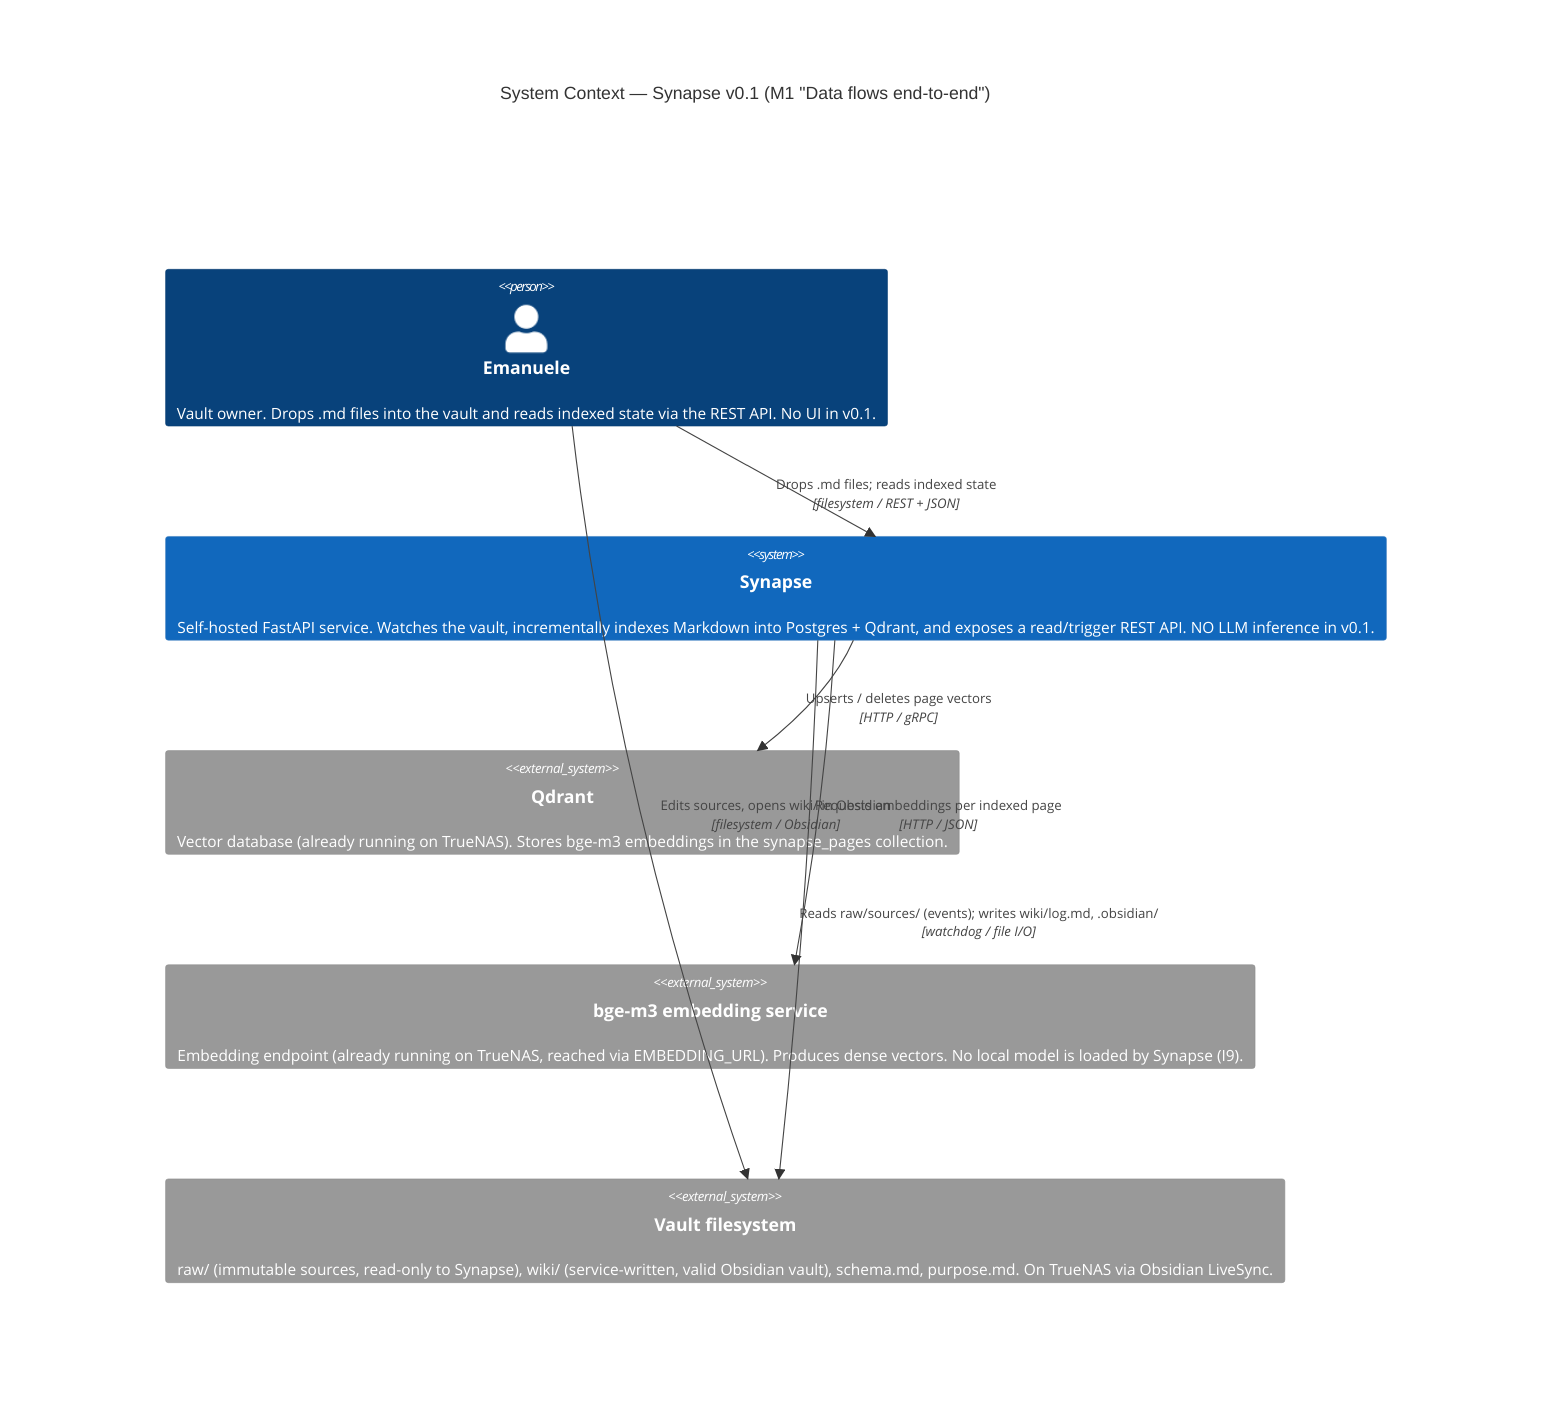
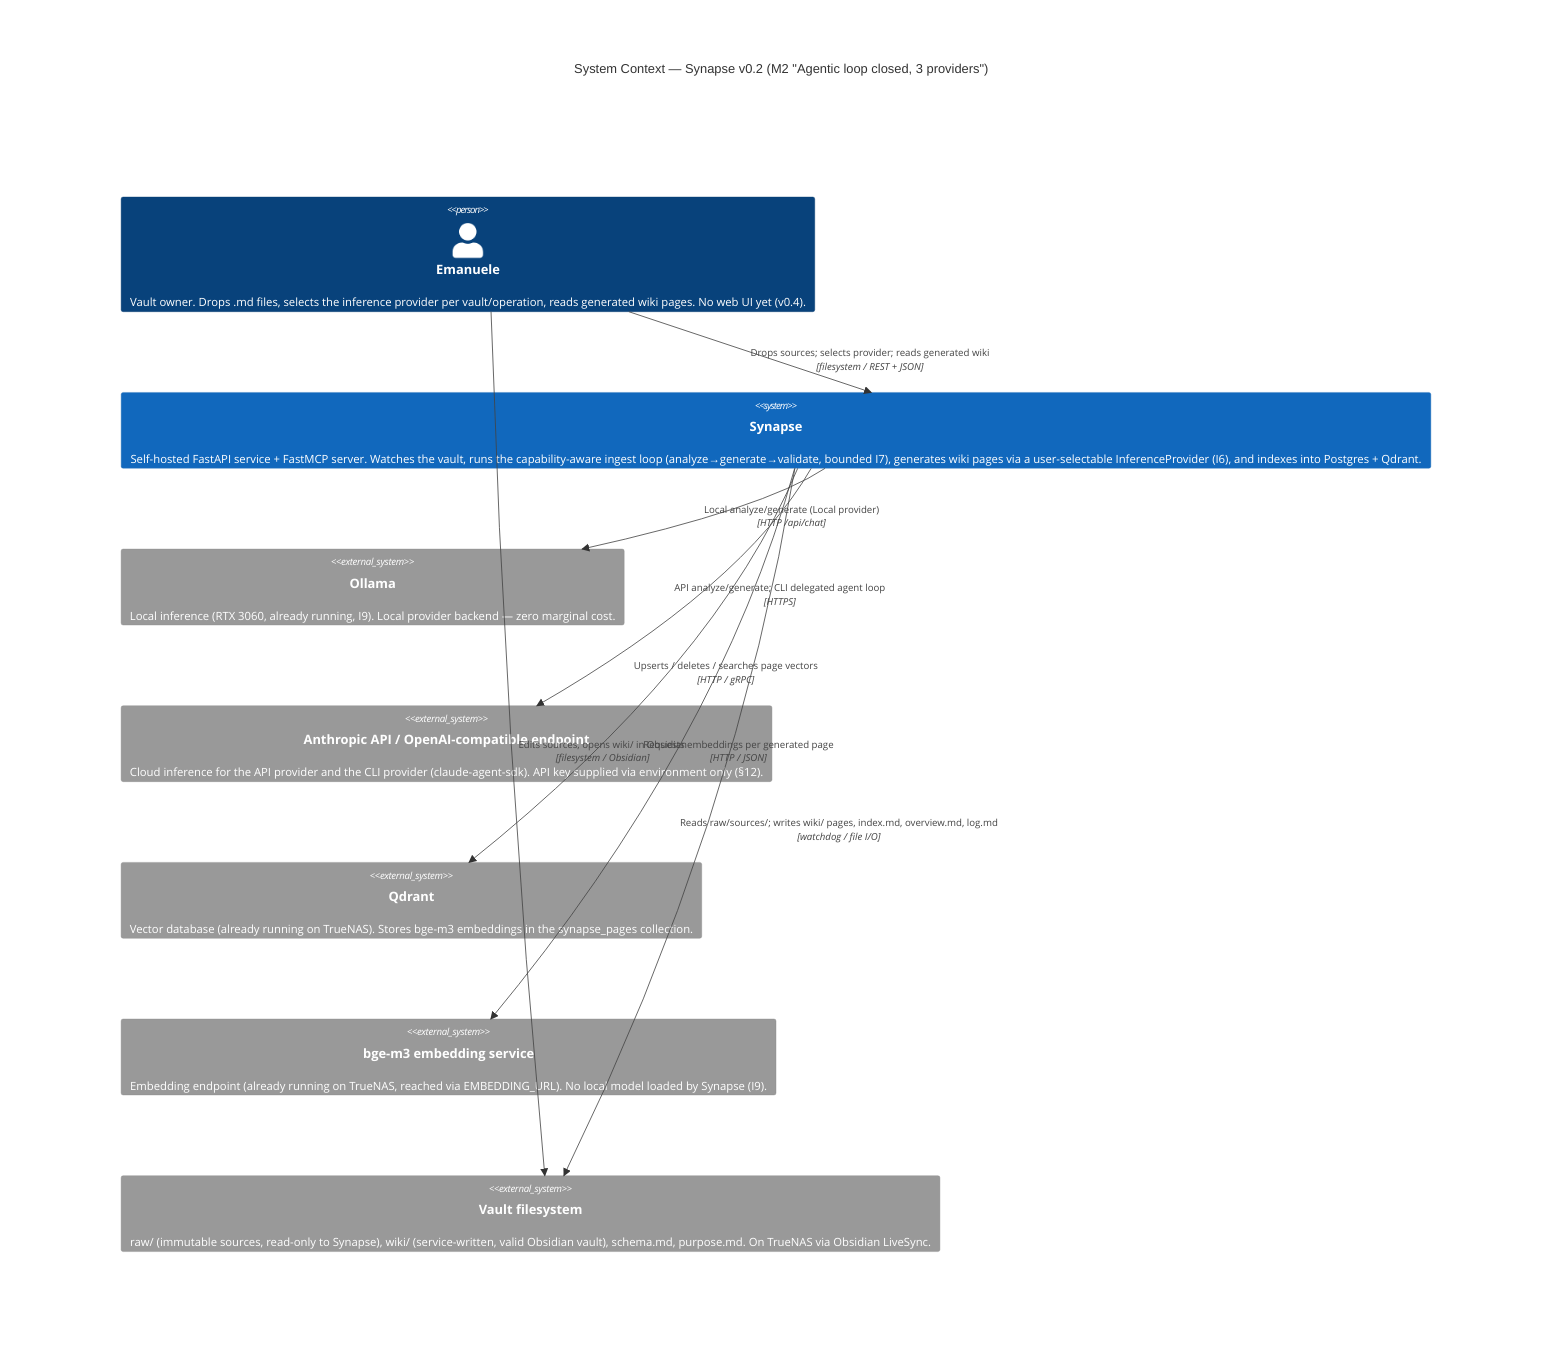
C4Context
-     title System Context — Synapse v0.1 (M1 "Data flows end-to-end")
+     title System Context — Synapse v0.2 (M2 "Agentic loop closed, 3 providers")

-     Person(emanuele, "Emanuele", "Vault owner. Drops .md files into the vault and reads indexed state via the REST API. No UI in v0.1.")
+     Person(emanuele, "Emanuele", "Vault owner. Drops .md files, selects the inference provider per vault/operation, reads generated wiki pages. No web UI yet (v0.4).")

-     System(synapse, "Synapse", "Self-hosted FastAPI service. Watches the vault, incrementally indexes Markdown into Postgres + Qdrant, and exposes a read/trigger REST API. NO LLM inference in v0.1.")
+     System(synapse, "Synapse", "Self-hosted FastAPI service + FastMCP server. Watches the vault, runs the capability-aware ingest loop (analyze→generate→validate, bounded I7), generates wiki pages via a user-selectable InferenceProvider (I6), and indexes into Postgres + Qdrant.")

+     System_Ext(ollamasvc, "Ollama", "Local inference (RTX 3060, already running, I9). Local provider backend — zero marginal cost.")
+     System_Ext(anthropic, "Anthropic API / OpenAI-compatible endpoint", "Cloud inference for the API provider and the CLI provider (claude-agent-sdk). API key supplied via environment only (§12).")
    System_Ext(qdrant, "Qdrant", "Vector database (already running on TrueNAS). Stores bge-m3 embeddings in the synapse_pages collection.")
-     System_Ext(bgem3, "bge-m3 embedding service", "Embedding endpoint (already running on TrueNAS, reached via EMBEDDING_URL). Produces dense vectors. No local model is loaded by Synapse (I9).")
+     System_Ext(bgem3, "bge-m3 embedding service", "Embedding endpoint (already running on TrueNAS, reached via EMBEDDING_URL). No local model loaded by Synapse (I9).")
    System_Ext(vaultfs, "Vault filesystem", "raw/ (immutable sources, read-only to Synapse), wiki/ (service-written, valid Obsidian vault), schema.md, purpose.md. On TrueNAS via Obsidian LiveSync.")

-     Rel(emanuele, synapse, "Drops .md files; reads indexed state", "filesystem / REST + JSON")
+     Rel(emanuele, synapse, "Drops sources; selects provider; reads generated wiki", "filesystem / REST + JSON")
    Rel(emanuele, vaultfs, "Edits sources, opens wiki/ in Obsidian", "filesystem / Obsidian")

-     Rel(synapse, vaultfs, "Reads raw/sources/ (events); writes wiki/log.md, .obsidian/", "watchdog / file I/O")
-     Rel(synapse, bgem3, "Requests embeddings per indexed page", "HTTP / JSON")
-     Rel(synapse, qdrant, "Upserts / deletes page vectors", "HTTP / gRPC")
+     Rel(synapse, ollamasvc, "Local analyze/generate (Local provider)", "HTTP /api/chat")
+     Rel(synapse, anthropic, "API analyze/generate; CLI delegated agent loop", "HTTPS")
+     Rel(synapse, vaultfs, "Reads raw/sources/; writes wiki/ pages, index.md, overview.md, log.md", "watchdog / file I/O")
+     Rel(synapse, bgem3, "Requests embeddings per generated page", "HTTP / JSON")
+     Rel(synapse, qdrant, "Upserts / deletes / searches page vectors", "HTTP / gRPC")

    UpdateLayoutConfig($c4ShapeInRow="3", $c4BoundaryInRow="1")
